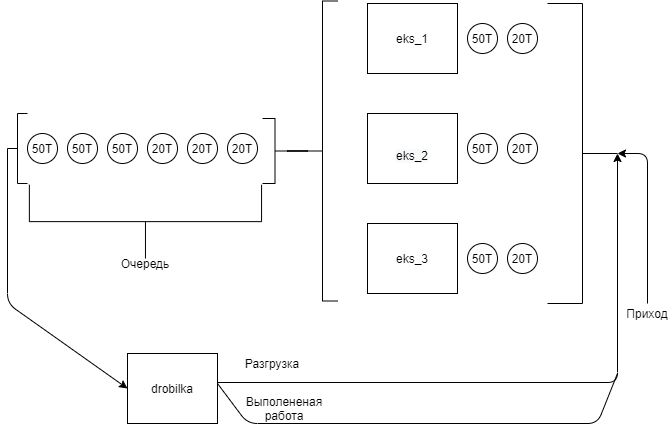
Before: Untitled Diagram.png, a diagram exported from draw.io (monsegard/praktik). Source tidied: cells renumbered, new cells last; positions are measured from the earlier drawing's top-left corner, leaving out a move shared by most shapes.
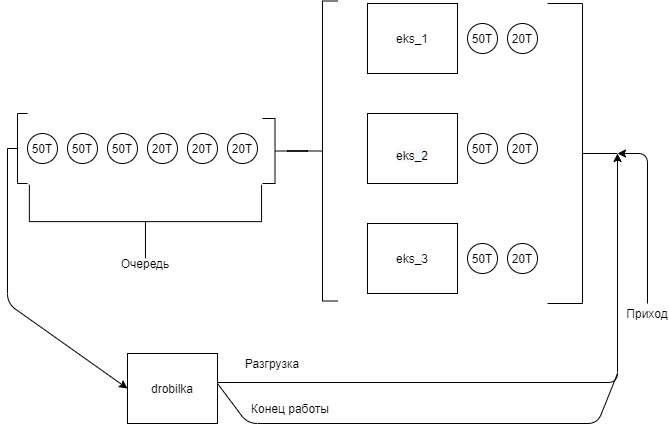
The same file after the commit.

The edit, as a diff of the source:
```diff
@@ -110,8 +110,8 @@
         </Array>
       </mxGeometry>
     </mxCell>
-    <mxCell id="31" value="Выполененая работа" style="text;html=1;strokeColor=none;fillColor=none;align=center;verticalAlign=middle;whiteSpace=wrap;rounded=0;" parent="1" vertex="1">
-      <mxGeometry x="224" y="392" width="106" height="30" as="geometry" />
+    <mxCell id="31" value="Конец работы" style="text;html=1;strokeColor=none;fillColor=none;align=center;verticalAlign=middle;whiteSpace=wrap;rounded=0;" parent="1" vertex="1">
+      <mxGeometry x="230" y="392" width="106" height="30" as="geometry" />
     </mxCell>
   </root>
 </mxGraphModel>
```
